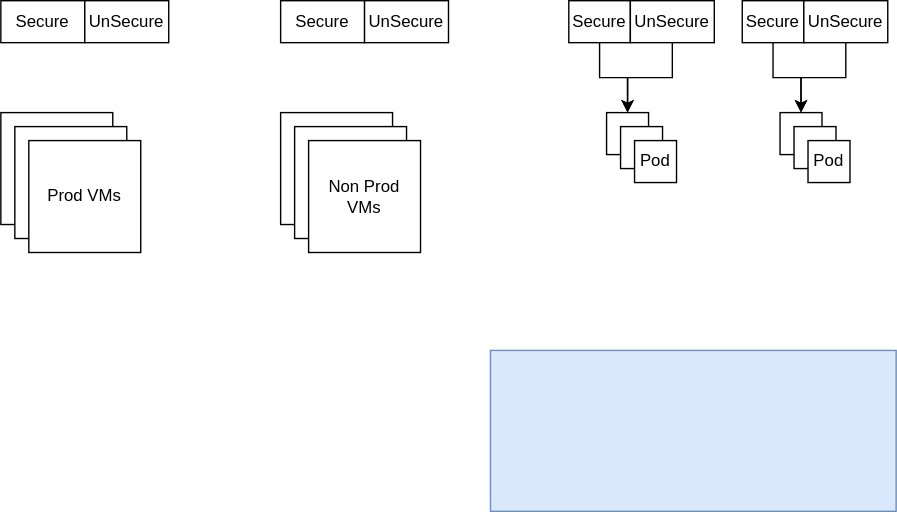
vjavle/invoicecloud keeps this draw.io diagram as infra/SecureConfigInfrastructure.svg. Above is the earlier version. Source tidied: cells renumbered, new cells last; positions are measured from the earlier drawing's top-left corner, leaving out a move shared by most shapes.
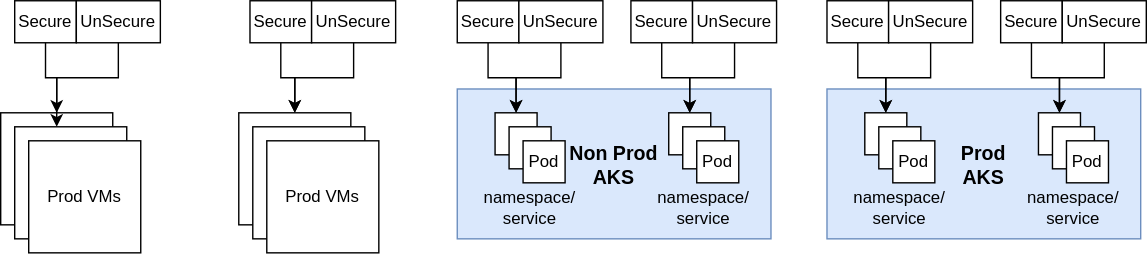
Later version of the same file.

Change to the diagram source:
```diff
@@ -2,49 +2,19 @@
   <root>
     <mxCell id="0" />
     <mxCell id="1" parent="0" />
+    <mxCell id="35" style="group;" parent="1" vertex="1">
+      <mxGeometry x="406" width="228" height="170" as="geometry" />
+    </mxCell>
-    <mxCell id="2" style="rounded=0;whiteSpace=wrap;html=1;fillColor=#dae8fc;strokeColor=#6c8ebf;" parent="1" vertex="1">
-      <mxGeometry x="350" y="250" width="290" height="115" as="geometry" />
+    <mxCell id="2" value="&lt;font style=&quot;font-size: 14px&quot;&gt;&lt;b&gt;Non Prod&lt;br&gt;AKS&lt;/b&gt;&lt;/font&gt;" style="rounded=0;whiteSpace=wrap;html=1;fillColor=#dae8fc;strokeColor=#6c8ebf;" parent="35" vertex="1">
+      <mxGeometry y="63" width="224" height="107" as="geometry" />
     </mxCell>
-    <mxCell id="3" style="group;" parent="1" vertex="1">
-      <mxGeometry width="120" height="180" as="geometry" />
-    </mxCell>
-    <mxCell id="4" value="Secure" style="rounded=0;whiteSpace=wrap;html=1;" parent="3" vertex="1">
-      <mxGeometry width="60" height="30" as="geometry" />
-    </mxCell>
-    <mxCell id="5" value="UnSecure" style="rounded=0;whiteSpace=wrap;html=1;" parent="3" vertex="1">
-      <mxGeometry x="60" width="60" height="30" as="geometry" />
-    </mxCell>
-    <mxCell id="6" style="whiteSpace=wrap;html=1;" parent="3" vertex="1">
-      <mxGeometry y="80" width="80" height="80" as="geometry" />
-    </mxCell>
-    <mxCell id="7" style="whiteSpace=wrap;html=1;" parent="3" vertex="1">
-      <mxGeometry x="10" y="90" width="80" height="80" as="geometry" />
-    </mxCell>
-    <mxCell id="8" value="Prod VMs" style="whiteSpace=wrap;html=1;" parent="3" vertex="1">
-      <mxGeometry x="20" y="100" width="80" height="80" as="geometry" />
-    </mxCell>
-    <mxCell id="9" style="group;" parent="1" vertex="1">
-      <mxGeometry x="200" width="120" height="180" as="geometry" />
-    </mxCell>
-    <mxCell id="10" value="Secure" style="rounded=0;whiteSpace=wrap;html=1;" parent="9" vertex="1">
-      <mxGeometry width="60" height="30" as="geometry" />
-    </mxCell>
-    <mxCell id="11" value="UnSecure" style="rounded=0;whiteSpace=wrap;html=1;" parent="9" vertex="1">
-      <mxGeometry x="60" width="60" height="30" as="geometry" />
-    </mxCell>
-    <mxCell id="12" style="whiteSpace=wrap;html=1;" parent="9" vertex="1">
-      <mxGeometry y="80" width="80" height="80" as="geometry" />
-    </mxCell>
-    <mxCell id="13" style="whiteSpace=wrap;html=1;" parent="9" vertex="1">
-      <mxGeometry x="10" y="90" width="80" height="80" as="geometry" />
-    </mxCell>
-    <mxCell id="14" value="Non Prod VMs" style="whiteSpace=wrap;html=1;" parent="9" vertex="1">
-      <mxGeometry x="20" y="100" width="80" height="80" as="geometry" />
-    </mxCell>
-    <mxCell id="15" style="group;" parent="1" vertex="1">
-      <mxGeometry x="406" width="104" height="130" as="geometry" />
-    </mxCell>
+    <mxCell id="36" style="group;" parent="35" vertex="1">
+      <mxGeometry width="104" height="163" as="geometry" />
+    </mxCell>
+    <mxCell id="37" value="namespace/&lt;br&gt;service" style="text;html=1;strokeColor=none;fillColor=none;align=center;verticalAlign=middle;whiteSpace=wrap;rounded=0;" parent="36" vertex="1">
+      <mxGeometry x="12" y="133" width="80" height="30" as="geometry" />
+    </mxCell>
-    <mxCell id="16" style="group;" parent="15" vertex="1">
+    <mxCell id="16" style="group;" parent="36" vertex="1">
       <mxGeometry x="27" y="80" width="50" height="50" as="geometry" />
     </mxCell>
     <mxCell id="17" style="whiteSpace=wrap;html=1;" parent="16" vertex="1">
@@ -56,13 +26,13 @@
     <mxCell id="19" value="Pod" style="whiteSpace=wrap;html=1;" parent="16" vertex="1">
       <mxGeometry x="20" y="20" width="30" height="30" as="geometry" />
     </mxCell>
-    <mxCell id="20" style="edgeStyle=orthogonalEdgeStyle;rounded=0;jettySize=auto;html=1;" parent="15" edge="1" source="23" target="17">
+    <mxCell id="20" style="edgeStyle=orthogonalEdgeStyle;rounded=0;jettySize=auto;html=1;" parent="36" edge="1" source="23" target="17">
       <mxGeometry relative="1" as="geometry" />
     </mxCell>
-    <mxCell id="21" style="edgeStyle=orthogonalEdgeStyle;rounded=0;jettySize=auto;html=1;" parent="15" edge="1" source="24" target="17">
+    <mxCell id="21" style="edgeStyle=orthogonalEdgeStyle;rounded=0;jettySize=auto;html=1;" parent="36" edge="1" source="24" target="17">
       <mxGeometry relative="1" as="geometry" />
     </mxCell>
-    <mxCell id="22" style="group;" parent="15" vertex="1">
+    <mxCell id="22" style="group;" parent="36" vertex="1">
       <mxGeometry width="104" height="30" as="geometry" />
     </mxCell>
     <mxCell id="23" value="Secure" style="rounded=0;whiteSpace=wrap;html=1;" parent="22" vertex="1">
@@ -71,35 +41,176 @@
     <mxCell id="24" value="UnSecure" style="rounded=0;whiteSpace=wrap;html=1;" parent="22" vertex="1">
       <mxGeometry x="44" width="60" height="30" as="geometry" />
     </mxCell>
-    <mxCell id="25" style="group;" parent="1" vertex="1">
-      <mxGeometry x="530" width="104" height="130" as="geometry" />
-    </mxCell>
-    <mxCell id="26" style="group;" parent="25" vertex="1">
-      <mxGeometry x="27" y="80" width="50" height="50" as="geometry" />
-    </mxCell>
-    <mxCell id="27" style="whiteSpace=wrap;html=1;" parent="26" vertex="1">
-      <mxGeometry width="30" height="30" as="geometry" />
-    </mxCell>
-    <mxCell id="28" style="whiteSpace=wrap;html=1;" parent="26" vertex="1">
-      <mxGeometry x="10" y="10" width="30" height="30" as="geometry" />
-    </mxCell>
-    <mxCell id="29" value="Pod" style="whiteSpace=wrap;html=1;" parent="26" vertex="1">
-      <mxGeometry x="20" y="20" width="30" height="30" as="geometry" />
-    </mxCell>
-    <mxCell id="30" style="edgeStyle=orthogonalEdgeStyle;rounded=0;jettySize=auto;html=1;" parent="25" edge="1" source="33" target="27">
-      <mxGeometry relative="1" as="geometry" />
-    </mxCell>
-    <mxCell id="31" style="edgeStyle=orthogonalEdgeStyle;rounded=0;jettySize=auto;html=1;" parent="25" edge="1" source="34" target="27">
-      <mxGeometry relative="1" as="geometry" />
-    </mxCell>
-    <mxCell id="32" style="group;" parent="25" vertex="1">
-      <mxGeometry width="104" height="30" as="geometry" />
-    </mxCell>
-    <mxCell id="33" value="Secure" style="rounded=0;whiteSpace=wrap;html=1;" parent="32" vertex="1">
-      <mxGeometry width="44" height="30" as="geometry" />
-    </mxCell>
-    <mxCell id="34" value="UnSecure" style="rounded=0;whiteSpace=wrap;html=1;" parent="32" vertex="1">
-      <mxGeometry x="44" width="60" height="30" as="geometry" />
-    </mxCell>
+    <mxCell id="38" style="group;" parent="36" vertex="1">
+      <mxGeometry x="-148" width="104" height="30" as="geometry" />
+    </mxCell>
+    <mxCell id="39" value="Secure" style="rounded=0;whiteSpace=wrap;html=1;" parent="38" vertex="1">
+      <mxGeometry width="44" height="30" as="geometry" />
+    </mxCell>
+    <mxCell id="40" value="UnSecure" style="rounded=0;whiteSpace=wrap;html=1;" parent="38" vertex="1">
+      <mxGeometry x="44" width="60" height="30" as="geometry" />
+    </mxCell>
+    <mxCell id="41" style="group;" parent="35" vertex="1">
+      <mxGeometry x="124" width="104" height="163" as="geometry" />
+    </mxCell>
+    <mxCell id="42" value="namespace/&lt;br&gt;service" style="text;html=1;strokeColor=none;fillColor=none;align=center;verticalAlign=middle;whiteSpace=wrap;rounded=0;" parent="41" vertex="1">
+      <mxGeometry x="12" y="133" width="80" height="30" as="geometry" />
+    </mxCell>
+    <mxCell id="43" style="group;" parent="41" vertex="1">
+      <mxGeometry x="27" y="80" width="50" height="50" as="geometry" />
+    </mxCell>
+    <mxCell id="44" style="whiteSpace=wrap;html=1;" parent="43" vertex="1">
+      <mxGeometry width="30" height="30" as="geometry" />
+    </mxCell>
+    <mxCell id="45" style="whiteSpace=wrap;html=1;" parent="43" vertex="1">
+      <mxGeometry x="10" y="10" width="30" height="30" as="geometry" />
+    </mxCell>
+    <mxCell id="46" value="Pod" style="whiteSpace=wrap;html=1;" parent="43" vertex="1">
+      <mxGeometry x="20" y="20" width="30" height="30" as="geometry" />
+    </mxCell>
+    <mxCell id="47" style="edgeStyle=orthogonalEdgeStyle;rounded=0;jettySize=auto;html=1;" parent="41" edge="1" source="50" target="44">
+      <mxGeometry relative="1" as="geometry" />
+    </mxCell>
+    <mxCell id="48" style="edgeStyle=orthogonalEdgeStyle;rounded=0;jettySize=auto;html=1;" parent="41" edge="1" source="51" target="44">
+      <mxGeometry relative="1" as="geometry" />
+    </mxCell>
+    <mxCell id="49" style="group;" parent="41" vertex="1">
+      <mxGeometry width="104" height="30" as="geometry" />
+    </mxCell>
+    <mxCell id="50" value="Secure" style="rounded=0;whiteSpace=wrap;html=1;" parent="49" vertex="1">
+      <mxGeometry width="44" height="30" as="geometry" />
+    </mxCell>
+    <mxCell id="51" value="UnSecure" style="rounded=0;whiteSpace=wrap;html=1;" parent="49" vertex="1">
+      <mxGeometry x="44" width="60" height="30" as="geometry" />
+    </mxCell>
+    <mxCell id="52" style="group;" parent="1" vertex="1">
+      <mxGeometry x="670" width="228" height="170" as="geometry" />
+    </mxCell>
+    <mxCell id="53" value="&lt;font style=&quot;font-size: 14px&quot;&gt;&lt;b&gt;Prod&lt;br&gt;AKS&lt;/b&gt;&lt;/font&gt;" style="rounded=0;whiteSpace=wrap;html=1;fillColor=#dae8fc;strokeColor=#6c8ebf;" parent="52" vertex="1">
+      <mxGeometry y="63" width="224" height="107" as="geometry" />
+    </mxCell>
+    <mxCell id="54" style="group;" parent="52" vertex="1">
+      <mxGeometry width="104" height="163" as="geometry" />
+    </mxCell>
+    <mxCell id="55" value="namespace/&lt;br&gt;service" style="text;html=1;strokeColor=none;fillColor=none;align=center;verticalAlign=middle;whiteSpace=wrap;rounded=0;" parent="54" vertex="1">
+      <mxGeometry x="12" y="133" width="80" height="30" as="geometry" />
+    </mxCell>
+    <mxCell id="56" style="group;" parent="54" vertex="1">
+      <mxGeometry x="27" y="80" width="50" height="50" as="geometry" />
+    </mxCell>
+    <mxCell id="57" style="whiteSpace=wrap;html=1;" parent="56" vertex="1">
+      <mxGeometry width="30" height="30" as="geometry" />
+    </mxCell>
+    <mxCell id="58" style="whiteSpace=wrap;html=1;" parent="56" vertex="1">
+      <mxGeometry x="10" y="10" width="30" height="30" as="geometry" />
+    </mxCell>
+    <mxCell id="59" value="Pod" style="whiteSpace=wrap;html=1;" parent="56" vertex="1">
+      <mxGeometry x="20" y="20" width="30" height="30" as="geometry" />
+    </mxCell>
+    <mxCell id="60" style="edgeStyle=orthogonalEdgeStyle;rounded=0;jettySize=auto;html=1;" parent="54" edge="1" source="63" target="57">
+      <mxGeometry relative="1" as="geometry" />
+    </mxCell>
+    <mxCell id="61" style="edgeStyle=orthogonalEdgeStyle;rounded=0;jettySize=auto;html=1;" parent="54" edge="1" source="64" target="57">
+      <mxGeometry relative="1" as="geometry" />
+    </mxCell>
+    <mxCell id="62" style="group;" parent="54" vertex="1">
+      <mxGeometry width="104" height="30" as="geometry" />
+    </mxCell>
+    <mxCell id="63" value="Secure" style="rounded=0;whiteSpace=wrap;html=1;" parent="62" vertex="1">
+      <mxGeometry width="44" height="30" as="geometry" />
+    </mxCell>
+    <mxCell id="64" value="UnSecure" style="rounded=0;whiteSpace=wrap;html=1;" parent="62" vertex="1">
+      <mxGeometry x="44" width="60" height="30" as="geometry" />
+    </mxCell>
+    <mxCell id="65" style="group;" parent="52" vertex="1">
+      <mxGeometry x="124" width="104" height="163" as="geometry" />
+    </mxCell>
+    <mxCell id="66" value="namespace/&lt;br&gt;service" style="text;html=1;strokeColor=none;fillColor=none;align=center;verticalAlign=middle;whiteSpace=wrap;rounded=0;" parent="65" vertex="1">
+      <mxGeometry x="12" y="133" width="80" height="30" as="geometry" />
+    </mxCell>
+    <mxCell id="67" style="group;" parent="65" vertex="1">
+      <mxGeometry x="27" y="80" width="50" height="50" as="geometry" />
+    </mxCell>
+    <mxCell id="68" style="whiteSpace=wrap;html=1;" parent="67" vertex="1">
+      <mxGeometry width="30" height="30" as="geometry" />
+    </mxCell>
+    <mxCell id="69" style="whiteSpace=wrap;html=1;" parent="67" vertex="1">
+      <mxGeometry x="10" y="10" width="30" height="30" as="geometry" />
+    </mxCell>
+    <mxCell id="70" value="Pod" style="whiteSpace=wrap;html=1;" parent="67" vertex="1">
+      <mxGeometry x="20" y="20" width="30" height="30" as="geometry" />
+    </mxCell>
+    <mxCell id="71" style="edgeStyle=orthogonalEdgeStyle;rounded=0;jettySize=auto;html=1;" parent="65" edge="1" source="74" target="68">
+      <mxGeometry relative="1" as="geometry" />
+    </mxCell>
+    <mxCell id="72" style="edgeStyle=orthogonalEdgeStyle;rounded=0;jettySize=auto;html=1;" parent="65" edge="1" source="75" target="68">
+      <mxGeometry relative="1" as="geometry" />
+    </mxCell>
+    <mxCell id="73" style="group;" parent="65" vertex="1">
+      <mxGeometry width="104" height="30" as="geometry" />
+    </mxCell>
+    <mxCell id="74" value="Secure" style="rounded=0;whiteSpace=wrap;html=1;" parent="73" vertex="1">
+      <mxGeometry width="44" height="30" as="geometry" />
+    </mxCell>
+    <mxCell id="75" value="UnSecure" style="rounded=0;whiteSpace=wrap;html=1;" parent="73" vertex="1">
+      <mxGeometry x="44" width="60" height="30" as="geometry" />
+    </mxCell>
+    <mxCell id="76" style="group;" parent="1" vertex="1">
+      <mxGeometry x="250" width="120" height="180" as="geometry" />
+    </mxCell>
+    <mxCell id="77" style="group;" parent="76" vertex="1">
+      <mxGeometry width="120" height="180" as="geometry" />
+    </mxCell>
+    <mxCell id="78" style="group;" parent="77" vertex="1">
+      <mxGeometry y="80" width="100" height="100" as="geometry" />
+    </mxCell>
+    <mxCell id="79" style="whiteSpace=wrap;html=1;" parent="78" vertex="1">
+      <mxGeometry width="80" height="80" as="geometry" />
+    </mxCell>
+    <mxCell id="80" style="whiteSpace=wrap;html=1;" parent="78" vertex="1">
+      <mxGeometry x="10" y="10" width="80" height="80" as="geometry" />
+    </mxCell>
+    <mxCell id="81" value="Prod VMs" style="whiteSpace=wrap;html=1;" parent="78" vertex="1">
+      <mxGeometry x="20" y="20" width="80" height="80" as="geometry" />
+    </mxCell>
+    <mxCell id="82" style="edgeStyle=orthogonalEdgeStyle;rounded=0;jettySize=auto;html=1;fontSize=14;" parent="1" edge="1" source="39" target="79">
+      <mxGeometry relative="1" as="geometry" />
+    </mxCell>
+    <mxCell id="83" style="edgeStyle=orthogonalEdgeStyle;rounded=0;jettySize=auto;html=1;fontSize=14;" parent="1" edge="1" source="40" target="79">
+      <mxGeometry relative="1" as="geometry" />
+    </mxCell>
+    <mxCell id="84" style="group;" parent="1" vertex="1">
+      <mxGeometry x="80" width="120" height="180" as="geometry" />
+    </mxCell>
+    <mxCell id="85" style="group;" parent="84" vertex="1">
+      <mxGeometry width="120" height="180" as="geometry" />
+    </mxCell>
+    <mxCell id="86" style="group;" parent="85" vertex="1">
+      <mxGeometry y="80" width="100" height="100" as="geometry" />
+    </mxCell>
+    <mxCell id="87" style="whiteSpace=wrap;html=1;" parent="86" vertex="1">
+      <mxGeometry width="80" height="80" as="geometry" />
+    </mxCell>
+    <mxCell id="88" style="whiteSpace=wrap;html=1;" parent="86" vertex="1">
+      <mxGeometry x="10" y="10" width="80" height="80" as="geometry" />
+    </mxCell>
+    <mxCell id="89" value="Prod VMs" style="whiteSpace=wrap;html=1;" parent="86" vertex="1">
+      <mxGeometry x="20" y="20" width="80" height="80" as="geometry" />
+    </mxCell>
+    <mxCell id="90" style="group;" parent="85" vertex="1">
+      <mxGeometry x="10" width="104" height="30" as="geometry" />
+    </mxCell>
+    <mxCell id="91" value="Secure" style="rounded=0;whiteSpace=wrap;html=1;" parent="90" vertex="1">
+      <mxGeometry width="44" height="30" as="geometry" />
+    </mxCell>
+    <mxCell id="92" value="UnSecure" style="rounded=0;whiteSpace=wrap;html=1;" parent="90" vertex="1">
+      <mxGeometry x="44" width="60" height="30" as="geometry" />
+    </mxCell>
+    <mxCell id="93" style="edgeStyle=orthogonalEdgeStyle;rounded=0;jettySize=auto;html=1;entryX=0.5;entryY=0;entryDx=0;entryDy=0;fontSize=14;" parent="85" edge="1" source="91" target="87">
+      <mxGeometry relative="1" as="geometry" />
+    </mxCell>
+    <mxCell id="94" style="edgeStyle=orthogonalEdgeStyle;rounded=0;jettySize=auto;html=1;entryX=0.5;entryY=0.125;entryDx=0;entryDy=0;entryPerimeter=0;fontSize=14;" parent="85" edge="1" source="92" target="87">
+      <mxGeometry relative="1" as="geometry" />
+    </mxCell>
   </root>
 </mxGraphModel>
```
